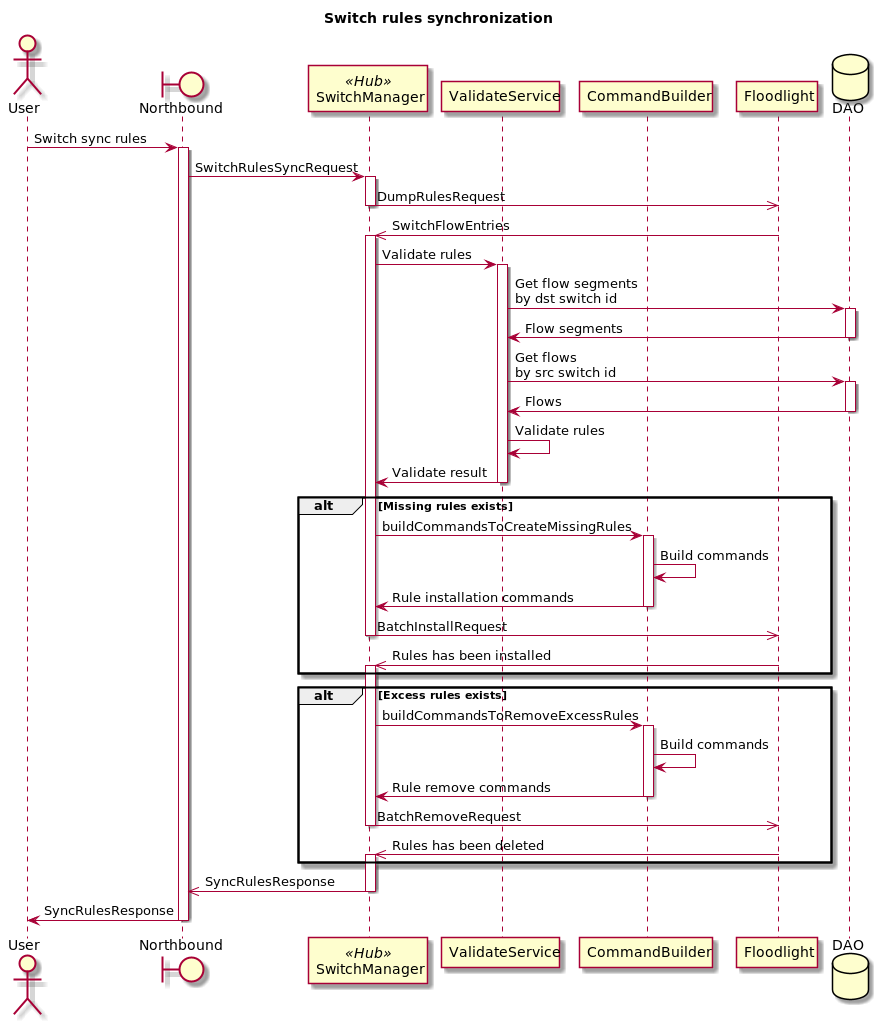
Above: docs/design/hub-and-spoke/switch-sync/h&s-implementation-switch-sync.png in telstra/open-kilda (PlantUML), before the change.
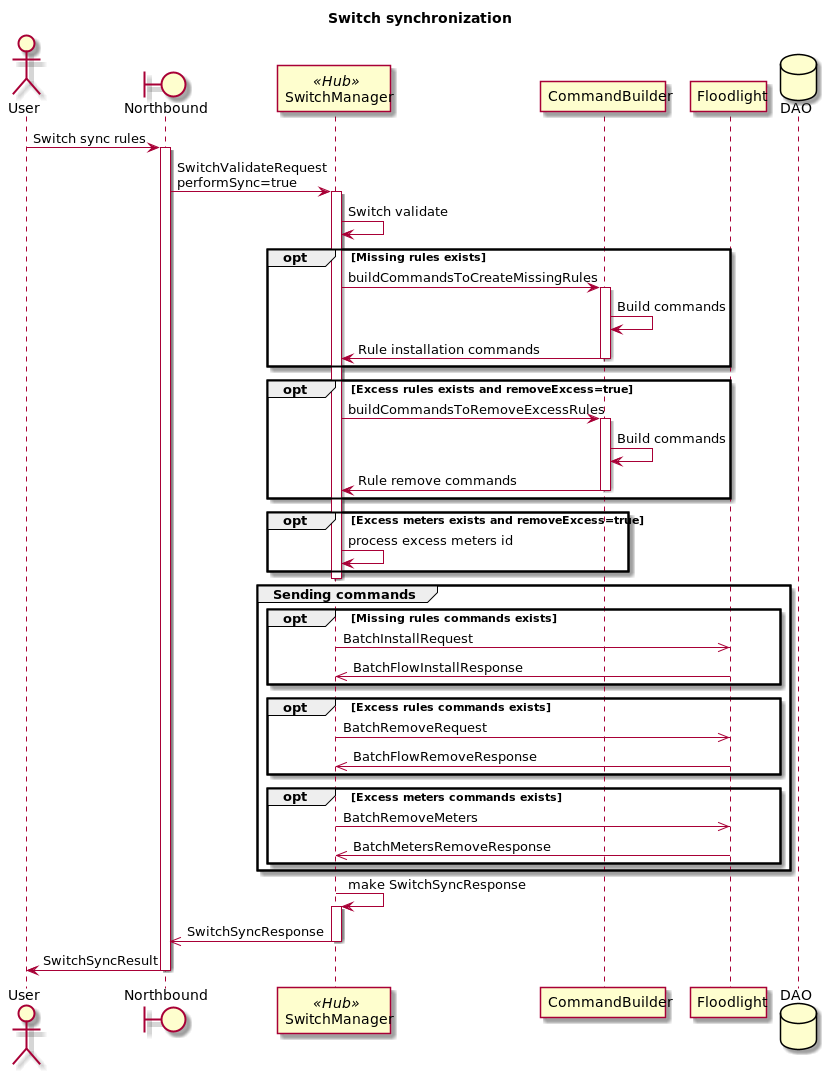
Later version of the same file.

Change to the diagram source:
```diff
@@ -1,10 +1,9 @@
 @startuml
-title Switch rules synchronization
+title Switch synchronization
 
 actor User
 boundary Northbound as NB
 participant SwitchManager << Hub >>
-participant ValidateService
 participant CommandBuilder
 participant Floodlight as FL
 database DAO
@@ -12,57 +11,55 @@
 User -> NB : Switch sync rules
 
 activate NB
-NB -> SwitchManager : SwitchRulesSyncRequest
+NB -> SwitchManager : SwitchValidateRequest\nperformSync=true
 activate SwitchManager
 
-SwitchManager ->> FL : DumpRulesRequest
-deactivate SwitchManager
-FL ->> SwitchManager : SwitchFlowEntries
-activate SwitchManager
-SwitchManager -> ValidateService : Validate rules
-activate ValidateService
-ValidateService -> DAO : Get flow segments\nby dst switch id
-activate DAO
-DAO -> ValidateService : Flow segments
-deactivate DAO
-ValidateService -> DAO : Get flows\nby src switch id
-activate DAO
-DAO -> ValidateService : Flows
-deactivate DAO
-ValidateService -> ValidateService : Validate rules
+SwitchManager -> SwitchManager : Switch validate
 
-ValidateService -> SwitchManager : Validate result
-deactivate ValidateService
-
-alt Missing rules exists
+opt Missing rules exists
     SwitchManager -> CommandBuilder : buildCommandsToCreateMissingRules
     activate CommandBuilder
     CommandBuilder -> CommandBuilder : Build commands
     CommandBuilder -> SwitchManager : Rule installation commands
     deactivate CommandBuilder
-
-    SwitchManager ->> FL : BatchInstallRequest
-    deactivate SwitchManager
-    FL ->> SwitchManager : Rules has been installed
-    activate SwitchManager
 end
 
-alt Excess rules exists
+opt Excess rules exists and removeExcess=true
     SwitchManager -> CommandBuilder : buildCommandsToRemoveExcessRules
     activate CommandBuilder
     CommandBuilder -> CommandBuilder : Build commands
     CommandBuilder -> SwitchManager : Rule remove commands
     deactivate CommandBuilder
-
-    SwitchManager ->> FL : BatchRemoveRequest
-    deactivate SwitchManager
-    FL ->> SwitchManager : Rules has been deleted
-    activate SwitchManager
 end
 
-SwitchManager ->> NB: SyncRulesResponse
+opt Excess meters exists and removeExcess=true
+    SwitchManager -> SwitchManager : process excess meters id
+end
+
 deactivate SwitchManager
-NB -> User: SyncRulesResponse
+
+group Sending commands
+    opt Missing rules commands exists
+        SwitchManager ->> FL : BatchInstallRequest
+        FL ->> SwitchManager : BatchFlowInstallResponse
+    end
+    opt Excess rules commands exists
+        SwitchManager ->> FL : BatchRemoveRequest
+        FL ->> SwitchManager : BatchFlowRemoveResponse
+    end
+    opt Excess meters commands exists
+        SwitchManager ->> FL : BatchRemoveMeters
+        FL ->> SwitchManager : BatchMetersRemoveResponse
+    end
+end
+
+
+SwitchManager -> SwitchManager: make SwitchSyncResponse
+activate SwitchManager
+SwitchManager ->> NB: SwitchSyncResponse
+deactivate SwitchManager
+
+NB -> User: SwitchSyncResult
 deactivate NB
 
 @enduml
```
